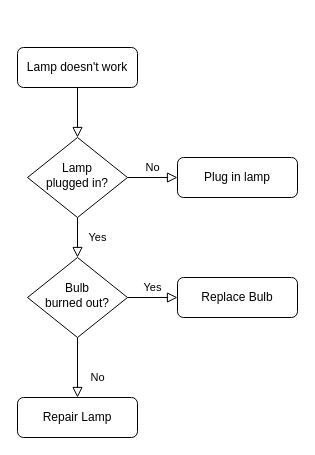
Before: Diagrama sin título.drawio in CeszP/M4_Assets, a draw.io diagram. Source tidied: cells renumbered, new cells numbered last; positions are measured from the earlier drawing's top-left corner, leaving out a move shared by most shapes. Both pictures are drawn from the tidied source at 100%, with x=0, y=0 at pixel (17, 47).
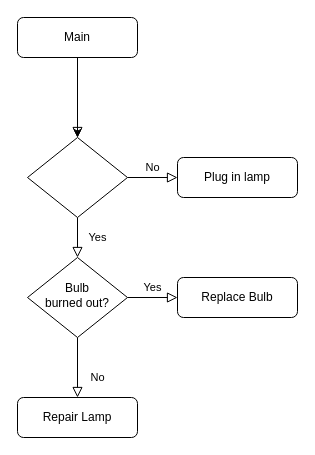
After the change.

The edit, as a diff of the source:
```diff
@@
 <mxGraphModel>
   <root>
     <mxCell id="0" />
     <mxCell id="1" parent="0" />
     <mxCell id="2" style="rounded=0;html=1;jettySize=auto;fontSize=11;endArrow=block;endFill=0;endSize=8;strokeWidth=1;shadow=0;labelBackgroundColor=none;edgeStyle=orthogonalEdgeStyle;" parent="1" edge="1" source="3" target="6">
       <mxGeometry relative="1" as="geometry" />
     </mxCell>
+    <mxCell id="13" style="edgeStyle=orthogonalEdgeStyle;rounded=0;jettySize=auto;html=1;" parent="1" edge="1" source="3" target="6">
+      <mxGeometry relative="1" as="geometry" />
+    </mxCell>
-    <mxCell id="3" value="Lamp doesn't work" style="rounded=1;whiteSpace=wrap;html=1;fontSize=12;glass=0;strokeWidth=1;shadow=0;" parent="1" vertex="1">
-      <mxGeometry width="120" height="40" as="geometry" />
+    <mxCell id="3" value="Main" style="rounded=1;whiteSpace=wrap;html=1;fontSize=12;glass=0;strokeWidth=1;shadow=0;" parent="1" vertex="1">
+      <mxGeometry y="-30" width="120" height="40" as="geometry" />
     </mxCell>
     <mxCell id="4" value="Yes" style="rounded=0;html=1;jettySize=auto;fontSize=11;endArrow=block;endFill=0;endSize=8;strokeWidth=1;shadow=0;labelBackgroundColor=none;edgeStyle=orthogonalEdgeStyle;" parent="1" edge="1" source="6" target="10">
       <mxGeometry y="20" relative="1" as="geometry" />
     </mxCell>
     <mxCell id="5" value="No" style="edgeStyle=orthogonalEdgeStyle;rounded=0;html=1;jettySize=auto;fontSize=11;endArrow=block;endFill=0;endSize=8;strokeWidth=1;shadow=0;labelBackgroundColor=none;" parent="1" edge="1" source="6" target="7">
       <mxGeometry y="10" relative="1" as="geometry" />
     </mxCell>
-    <mxCell id="6" value="Lamp&lt;br&gt;plugged in?" style="rhombus;whiteSpace=wrap;html=1;shadow=0;fontFamily=Helvetica;fontSize=12;align=center;strokeWidth=1;spacing=6;spacingTop=-4;" parent="1" vertex="1">
+    <mxCell id="6" style="rhombus;whiteSpace=wrap;html=1;shadow=0;fontFamily=Helvetica;fontSize=12;align=center;strokeWidth=1;spacing=6;spacingTop=-4;" parent="1" vertex="1">
       <mxGeometry x="10" y="90" width="100" height="80" as="geometry" />
     </mxCell>
     <mxCell id="7" value="Plug in lamp" style="rounded=1;whiteSpace=wrap;html=1;fontSize=12;glass=0;strokeWidth=1;shadow=0;" parent="1" vertex="1">
       <mxGeometry x="160" y="110" width="120" height="40" as="geometry" />
     </mxCell>
     <mxCell id="8" value="No" style="rounded=0;html=1;jettySize=auto;fontSize=11;endArrow=block;endFill=0;endSize=8;strokeWidth=1;shadow=0;labelBackgroundColor=none;edgeStyle=orthogonalEdgeStyle;" parent="1" edge="1" source="10" target="11">
       <mxGeometry x="0.33" y="20" relative="1" as="geometry" />
     </mxCell>
     <mxCell id="9" value="Yes" style="edgeStyle=orthogonalEdgeStyle;rounded=0;html=1;jettySize=auto;fontSize=11;endArrow=block;endFill=0;endSize=8;strokeWidth=1;shadow=0;labelBackgroundColor=none;" parent="1" edge="1" source="10" target="12">
       <mxGeometry y="10" relative="1" as="geometry" />
     </mxCell>
     <mxCell id="10" value="Bulb&lt;br&gt;burned out?" style="rhombus;whiteSpace=wrap;html=1;shadow=0;fontFamily=Helvetica;fontSize=12;align=center;strokeWidth=1;spacing=6;spacingTop=-4;" parent="1" vertex="1">
       <mxGeometry x="10" y="210" width="100" height="80" as="geometry" />
     </mxCell>
     <mxCell id="11" value="Repair Lamp" style="rounded=1;whiteSpace=wrap;html=1;fontSize=12;glass=0;strokeWidth=1;shadow=0;" parent="1" vertex="1">
       <mxGeometry y="350" width="120" height="40" as="geometry" />
     </mxCell>
     <mxCell id="12" value="Replace Bulb" style="rounded=1;whiteSpace=wrap;html=1;fontSize=12;glass=0;strokeWidth=1;shadow=0;" parent="1" vertex="1">
       <mxGeometry x="160" y="230" width="120" height="40" as="geometry" />
     </mxCell>
   </root>
 </mxGraphModel>
```
